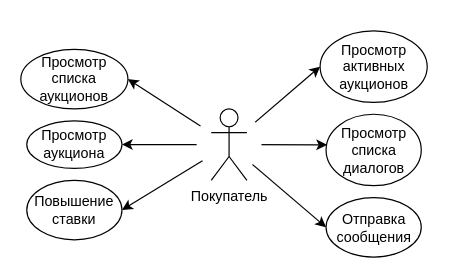
Above: Diagrams/Use-Case/Buyer Use-Case Diagram.drawio in Fake-Make/Au (draw.io), before the change. Source tidied: cells renumbered, new cells numbered last; positions are measured from the earlier drawing's top-left corner, leaving out a move shared by most shapes. Both pictures are drawn from the tidied source at 119%, with x=0, y=0 at pixel (20, 31).
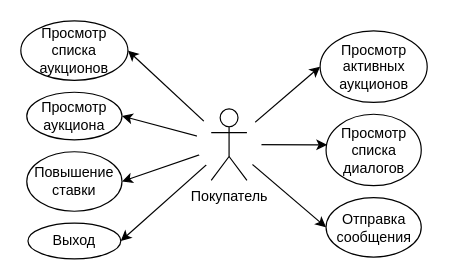
After the change.

Change to the diagram source:
```diff
@@
 <mxGraphModel>
   <root>
     <mxCell id="0" />
     <mxCell id="1" parent="0" />
+    <mxCell id="16" style="endArrow=classic;html=1;entryX=1;entryY=0.5;entryDx=0;entryDy=0;exitX=0.5;exitY=0.5;exitDx=0;exitDy=0;exitPerimeter=0;" parent="1" edge="1" source="15" target="17">
+      <mxGeometry relative="1" as="geometry" />
+    </mxCell>
     <mxCell id="2" style="endArrow=classic;html=1;entryX=1;entryY=0.5;entryDx=0;entryDy=0;exitX=0.5;exitY=0.5;exitDx=0;exitDy=0;exitPerimeter=0;" parent="1" edge="1" source="15" target="11">
       <mxGeometry relative="1" as="geometry" />
     </mxCell>
     <mxCell id="3" style="endArrow=classic;html=1;entryX=1;entryY=0.5;entryDx=0;entryDy=0;exitX=0.5;exitY=0.5;exitDx=0;exitDy=0;exitPerimeter=0;" parent="1" edge="1" source="15" target="12">
       <mxGeometry relative="1" as="geometry" />
     </mxCell>
     <mxCell id="4" style="endArrow=classic;html=1;entryX=1;entryY=0.5;entryDx=0;entryDy=0;exitX=0.5;exitY=0.5;exitDx=0;exitDy=0;exitPerimeter=0;" parent="1" edge="1" source="15" target="13">
       <mxGeometry relative="1" as="geometry" />
     </mxCell>
     <mxCell id="5" style="endArrow=classic;html=1;entryX=0;entryY=0.5;entryDx=0;entryDy=0;exitX=0.5;exitY=0.5;exitDx=0;exitDy=0;exitPerimeter=0;" parent="1" edge="1" source="15" target="9">
       <mxGeometry relative="1" as="geometry" />
     </mxCell>
     <mxCell id="6" style="endArrow=classic;html=1;entryX=0.01;entryY=0.429;entryDx=0;entryDy=0;entryPerimeter=0;exitX=0.5;exitY=0.5;exitDx=0;exitDy=0;exitPerimeter=0;" parent="1" edge="1" source="15" target="10">
       <mxGeometry relative="1" as="geometry" />
     </mxCell>
     <mxCell id="7" style="endArrow=classic;html=1;entryX=0;entryY=0.5;entryDx=0;entryDy=0;exitX=0.5;exitY=0.5;exitDx=0;exitDy=0;exitPerimeter=0;" parent="1" edge="1" source="15" target="14">
       <mxGeometry relative="1" as="geometry" />
     </mxCell>
     <mxCell id="8" style="ellipse;whiteSpace=wrap;html=1;strokeColor=none;" parent="1" vertex="1">
       <mxGeometry x="147.5" y="65" width="55" height="55" as="geometry" />
     </mxCell>
     <mxCell id="9" value="Просмотр активных аукционов&lt;br&gt;" style="ellipse;whiteSpace=wrap;html=1;" parent="1" vertex="1">
       <mxGeometry x="251.5" y="-0.5" width="90" height="60" as="geometry" />
     </mxCell>
     <mxCell id="10" value="Просмотр списка диалогов" style="ellipse;whiteSpace=wrap;html=1;" parent="1" vertex="1">
       <mxGeometry x="256.5" y="69.5" width="80" height="60" as="geometry" />
     </mxCell>
     <mxCell id="11" value="Просмотр списка&lt;br&gt;аукционов&lt;br&gt;" style="ellipse;whiteSpace=wrap;html=1;" parent="1" vertex="1">
-      <mxGeometry y="15" width="90" height="50" as="geometry" />
+      <mxGeometry y="-9" width="90" height="50" as="geometry" />
     </mxCell>
     <mxCell id="12" value="Просмотр&lt;br&gt;аукциона" style="ellipse;whiteSpace=wrap;html=1;" parent="1" vertex="1">
-      <mxGeometry x="5" y="75" width="80" height="40" as="geometry" />
+      <mxGeometry x="5" y="51" width="80" height="40" as="geometry" />
     </mxCell>
     <mxCell id="13" value="Повышение&lt;br&gt;ставки" style="ellipse;whiteSpace=wrap;html=1;" parent="1" vertex="1">
-      <mxGeometry x="5" y="125" width="80" height="50" as="geometry" />
+      <mxGeometry x="5" y="101" width="80" height="50" as="geometry" />
     </mxCell>
     <mxCell id="14" value="Отправка сообщения" style="ellipse;whiteSpace=wrap;html=1;" parent="1" vertex="1">
       <mxGeometry x="256.5" y="139.5" width="80" height="50" as="geometry" />
     </mxCell>
     <mxCell id="15" value="Покупатель" style="shape=umlActor;verticalLabelPosition=bottom;labelBackgroundColor=#ffffff;verticalAlign=top;html=1;outlineConnect=0;" parent="1" vertex="1">
       <mxGeometry x="160" y="65" width="30" height="60" as="geometry" />
     </mxCell>
+    <mxCell id="17" value="Выход" style="ellipse;whiteSpace=wrap;html=1;" parent="1" vertex="1">
+      <mxGeometry x="6" y="161" width="78" height="30" as="geometry" />
+    </mxCell>
   </root>
 </mxGraphModel>
```
